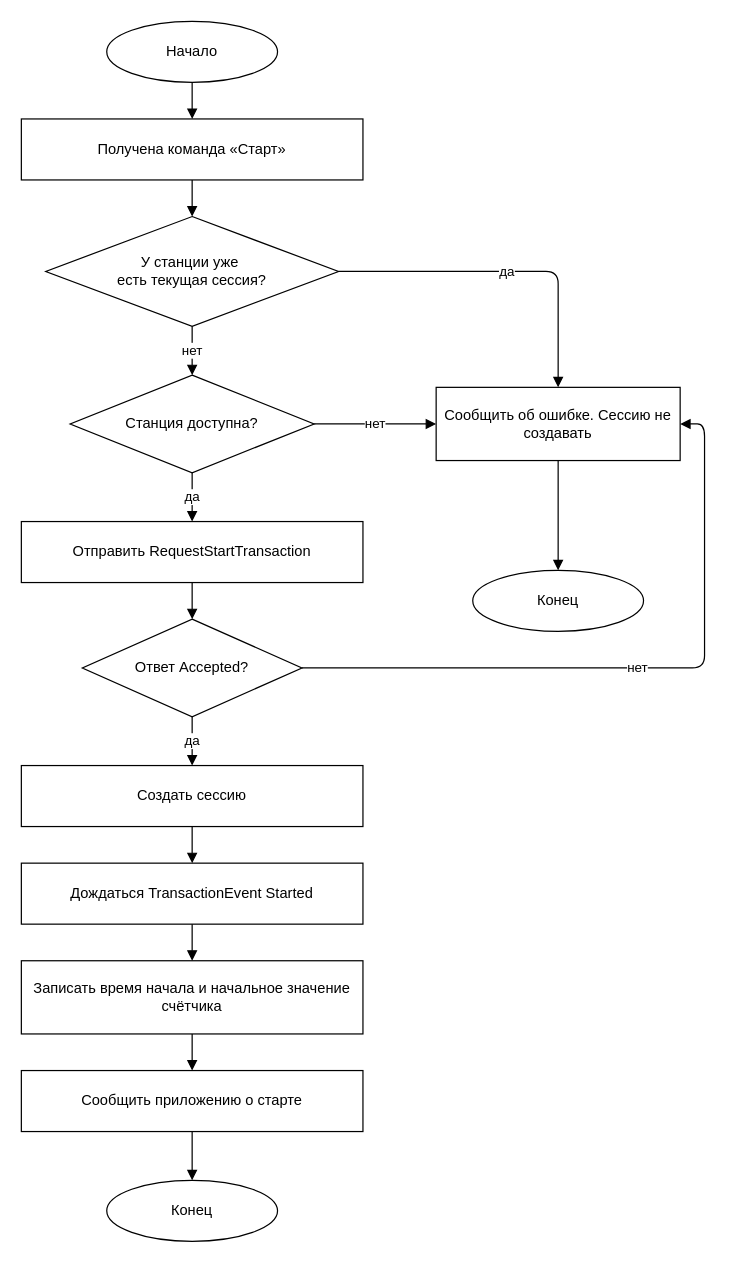
Earlier version of the draw.io diagram Диаграммы/Запуск сессии (2.8).drawio (PetrachkovArtem/diplom). Source tidied: cells renumbered, new cells numbered last; positions are measured from the earlier drawing's top-left corner, leaving out a move shared by most shapes. Both pictures are drawn from the tidied source at 122%, with x=0, y=0 at pixel (21, 21).
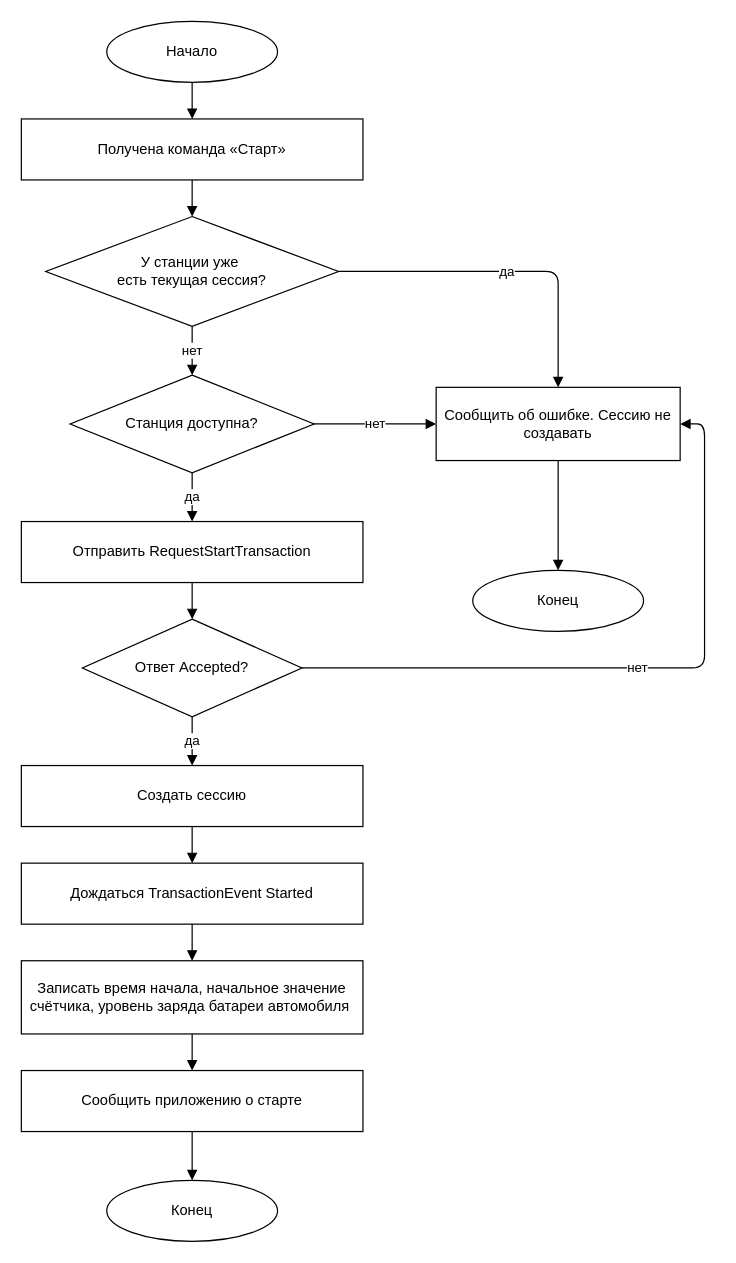
After the change.

What changed in the source:
```diff
@@
-    <mxCell id="10" value="Записать время начала и начальное значение счётчика" style="rounded=0;whiteSpace=wrap;html=1;" parent="1" vertex="1">
+    <mxCell id="10" value="Записать время начала, начальное значение счётчика, уровень заряда батареи автомобиля&amp;nbsp;" style="rounded=0;whiteSpace=wrap;html=1;" parent="1" vertex="1">
       <mxGeometry y="770" width="280" height="60" as="geometry" />
     </mxCell>
```
